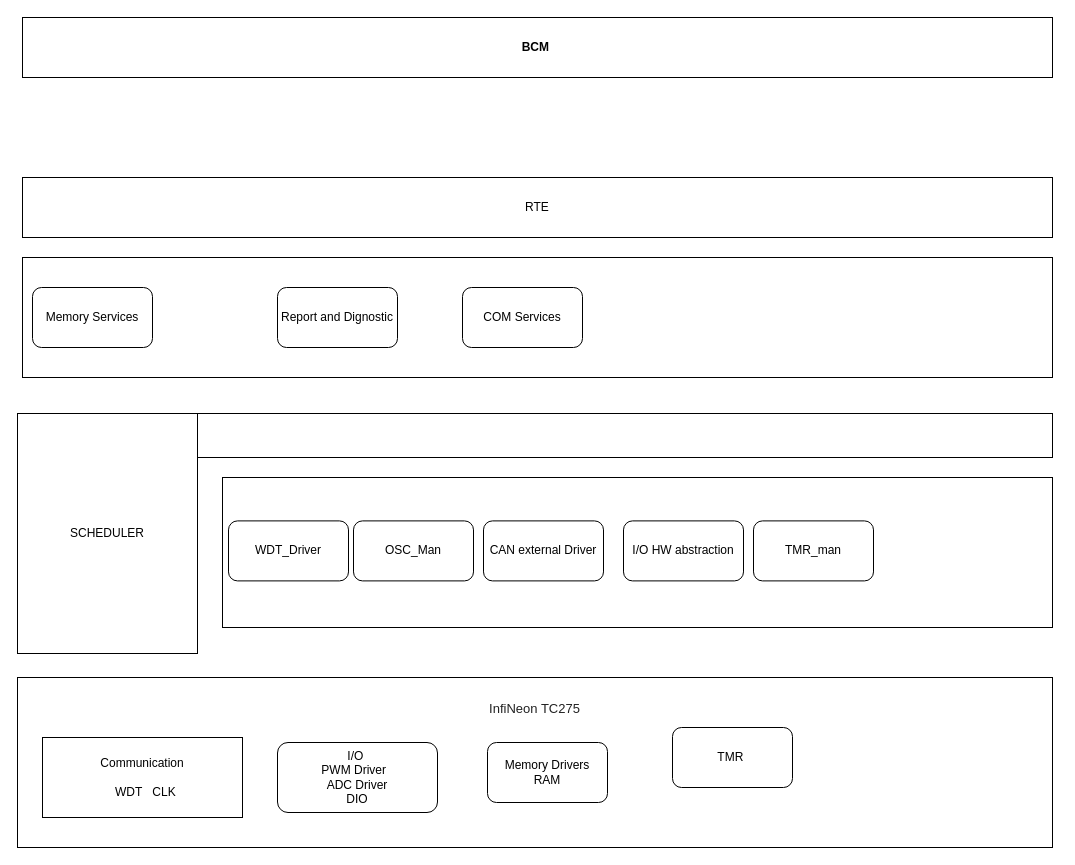
Above: Diagrama sin título.drawio in juankcl/ContiDiagrams (draw.io), before the change. Source tidied: cells renumbered, new cells numbered last; positions are measured from the earlier drawing's top-left corner, leaving out a move shared by most shapes. Both pictures are drawn from the tidied source at 100%, with x=0, y=0 at pixel (17, 17).
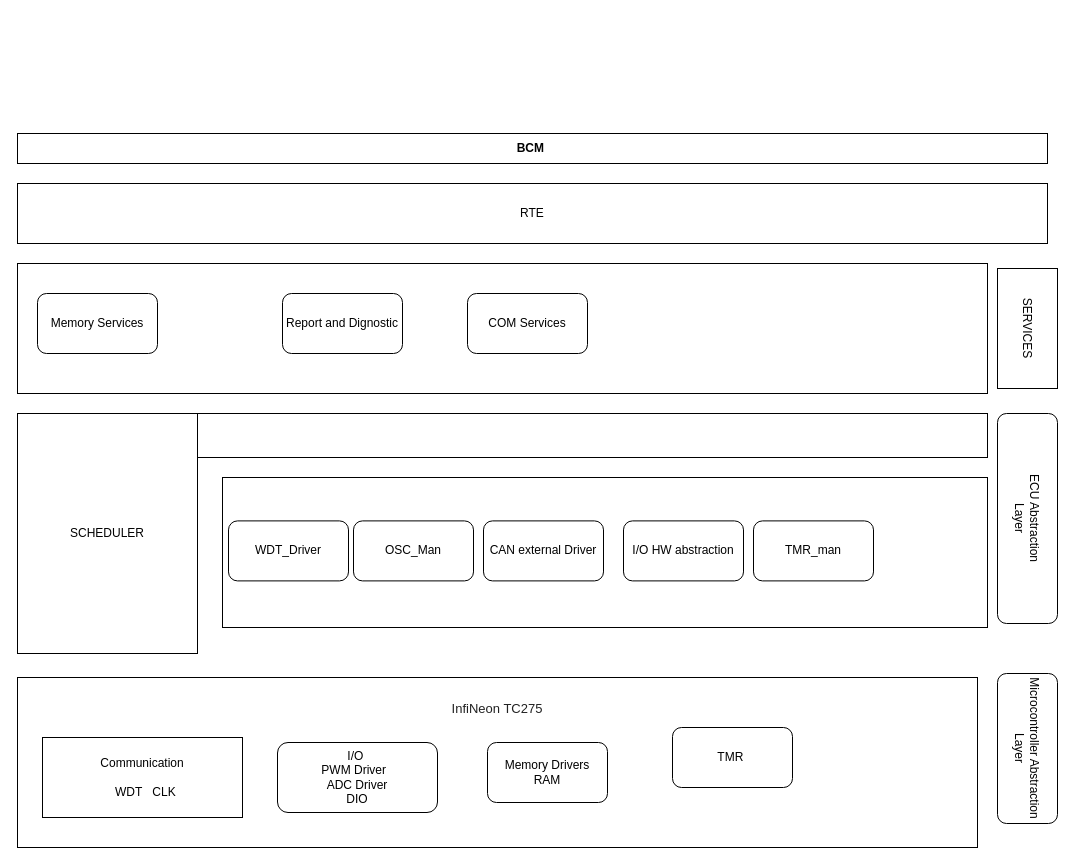
Above is the later version.

The edit, as a diff of the source:
```diff
@@
     <mxCell id="2" value="&lt;b&gt;BCM&amp;nbsp;&lt;/b&gt;" style="rounded=0;whiteSpace=wrap;html=1;" parent="1" vertex="1">
-      <mxGeometry x="5" width="1030" height="60" as="geometry" />
+      <mxGeometry y="116" width="1030" height="30" as="geometry" />
     </mxCell>
     <mxCell id="3" value="RTE" style="rounded=0;whiteSpace=wrap;html=1;" parent="1" vertex="1">
-      <mxGeometry x="5" y="160" width="1030" height="60" as="geometry" />
+      <mxGeometry y="166" width="1030" height="60" as="geometry" />
     </mxCell>
     <mxCell id="4" style="rounded=0;whiteSpace=wrap;html=1;" parent="1" vertex="1">
-      <mxGeometry x="5" y="240" width="1030" height="120" as="geometry" />
+      <mxGeometry y="246" width="970" height="130" as="geometry" />
     </mxCell>
@@
     <mxCell id="6" style="rounded=0;whiteSpace=wrap;html=1;" parent="1" vertex="1">
-      <mxGeometry x="180" y="396" width="855" height="44" as="geometry" />
+      <mxGeometry x="180" y="396" width="790" height="44" as="geometry" />
     </mxCell>
     <mxCell id="7" style="rounded=0;whiteSpace=wrap;html=1;" parent="1" vertex="1">
-      <mxGeometry x="205" y="460" width="830" height="150" as="geometry" />
+      <mxGeometry x="205" y="460" width="765" height="150" as="geometry" />
     </mxCell>
     <mxCell id="8" value="&lt;div style=&quot;text-align: start;&quot;&gt;&lt;font size=&quot;2&quot; face=&quot;Arial, Helvetica, sans-serif&quot; color=&quot;#222222&quot;&gt;&lt;span style=&quot;background-color: rgb(255, 255, 255);&quot;&gt;InfiNeon TC275&lt;/span&gt;&lt;/font&gt;&lt;/div&gt;&lt;div style=&quot;text-align: start;&quot;&gt;&lt;font size=&quot;2&quot; face=&quot;Arial, Helvetica, sans-serif&quot; color=&quot;#222222&quot;&gt;&lt;span style=&quot;background-color: rgb(255, 255, 255);&quot;&gt;&lt;br&gt;&lt;/span&gt;&lt;/font&gt;&lt;/div&gt;&lt;div style=&quot;text-align: start;&quot;&gt;&lt;font size=&quot;2&quot; face=&quot;Arial, Helvetica, sans-serif&quot; color=&quot;#222222&quot;&gt;&lt;span style=&quot;background-color: rgb(255, 255, 255);&quot;&gt;&lt;br&gt;&lt;/span&gt;&lt;/font&gt;&lt;/div&gt;&lt;div style=&quot;text-align: start;&quot;&gt;&lt;font size=&quot;2&quot; face=&quot;Arial, Helvetica, sans-serif&quot; color=&quot;#222222&quot;&gt;&lt;span style=&quot;background-color: rgb(255, 255, 255);&quot;&gt;&lt;br&gt;&lt;/span&gt;&lt;/font&gt;&lt;/div&gt;&lt;div style=&quot;text-align: start;&quot;&gt;&lt;font size=&quot;2&quot; face=&quot;Arial, Helvetica, sans-serif&quot; color=&quot;#222222&quot;&gt;&lt;span style=&quot;background-color: rgb(255, 255, 255);&quot;&gt;&lt;br&gt;&lt;/span&gt;&lt;/font&gt;&lt;/div&gt;&lt;div style=&quot;text-align: start;&quot;&gt;&lt;font size=&quot;2&quot; face=&quot;Arial, Helvetica, sans-serif&quot; color=&quot;#222222&quot;&gt;&lt;span style=&quot;background-color: rgb(255, 255, 255);&quot;&gt;&lt;br&gt;&lt;/span&gt;&lt;/font&gt;&lt;/div&gt;&lt;div style=&quot;text-align: start;&quot;&gt;&lt;font size=&quot;2&quot; face=&quot;Arial, Helvetica, sans-serif&quot; color=&quot;#222222&quot;&gt;&lt;span style=&quot;background-color: rgb(255, 255, 255);&quot;&gt;&lt;br&gt;&lt;/span&gt;&lt;/font&gt;&lt;/div&gt;&lt;div style=&quot;text-align: start;&quot;&gt;&lt;br&gt;&lt;/div&gt;" style="rounded=0;whiteSpace=wrap;html=1;" parent="1" vertex="1">
-      <mxGeometry y="660" width="1035" height="170" as="geometry" />
+      <mxGeometry y="660" width="960" height="170" as="geometry" />
     </mxCell>
@@
     <mxCell id="19" value="Memory Services" style="rounded=1;whiteSpace=wrap;html=1;glass=0;" parent="1" vertex="1">
-      <mxGeometry x="15" y="270" width="120" height="60" as="geometry" />
+      <mxGeometry x="20" y="276" width="120" height="60" as="geometry" />
     </mxCell>
     <mxCell id="20" value="Report and Dignostic" style="rounded=1;whiteSpace=wrap;html=1;" parent="1" vertex="1">
-      <mxGeometry x="260" y="270" width="120" height="60" as="geometry" />
+      <mxGeometry x="265" y="276" width="120" height="60" as="geometry" />
     </mxCell>
     <mxCell id="21" value="COM Services" style="rounded=1;whiteSpace=wrap;html=1;" parent="1" vertex="1">
-      <mxGeometry x="445" y="270" width="120" height="60" as="geometry" />
+      <mxGeometry x="450" y="276" width="120" height="60" as="geometry" />
     </mxCell>
+    <mxCell id="22" value="SERVICES" style="rounded=0;whiteSpace=wrap;html=1;rotation=90;" parent="1" vertex="1">
+      <mxGeometry x="950" y="281" width="120" height="60" as="geometry" />
+    </mxCell>
+    <mxCell id="23" value="ECU Abstraction&lt;br&gt;Layer" style="rounded=1;whiteSpace=wrap;html=1;rotation=90;" parent="1" vertex="1">
+      <mxGeometry x="905" y="471" width="210" height="60" as="geometry" />
+    </mxCell>
+    <mxCell id="24" value="Microcontroller Abstraction Layer" style="rounded=1;whiteSpace=wrap;html=1;rotation=90;" parent="1" vertex="1">
+      <mxGeometry x="935" y="701" width="150" height="60" as="geometry" />
+    </mxCell>
```
